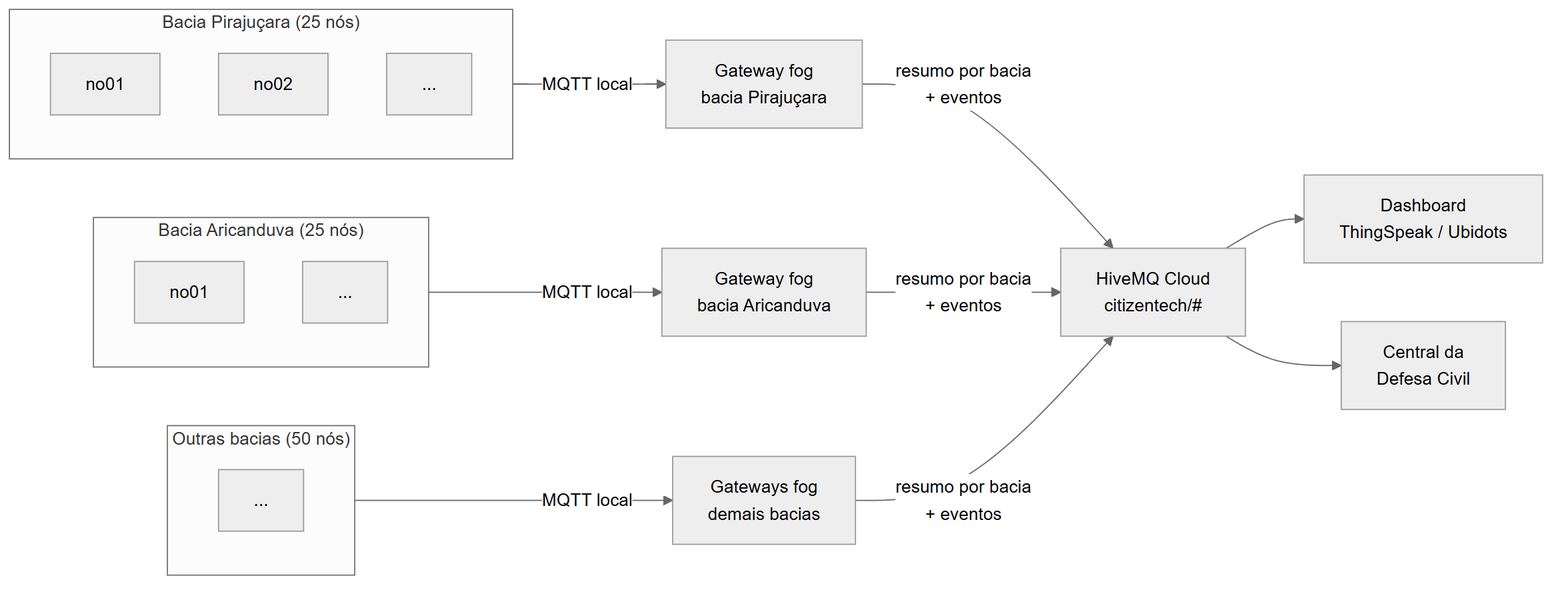
mykofonseca/sentinela-pirajucara keeps this Mermaid diagram as docs/img/escala.png. Above is the earlier version. Its source is kept beside it as docs/diagramas/escala.mmd.
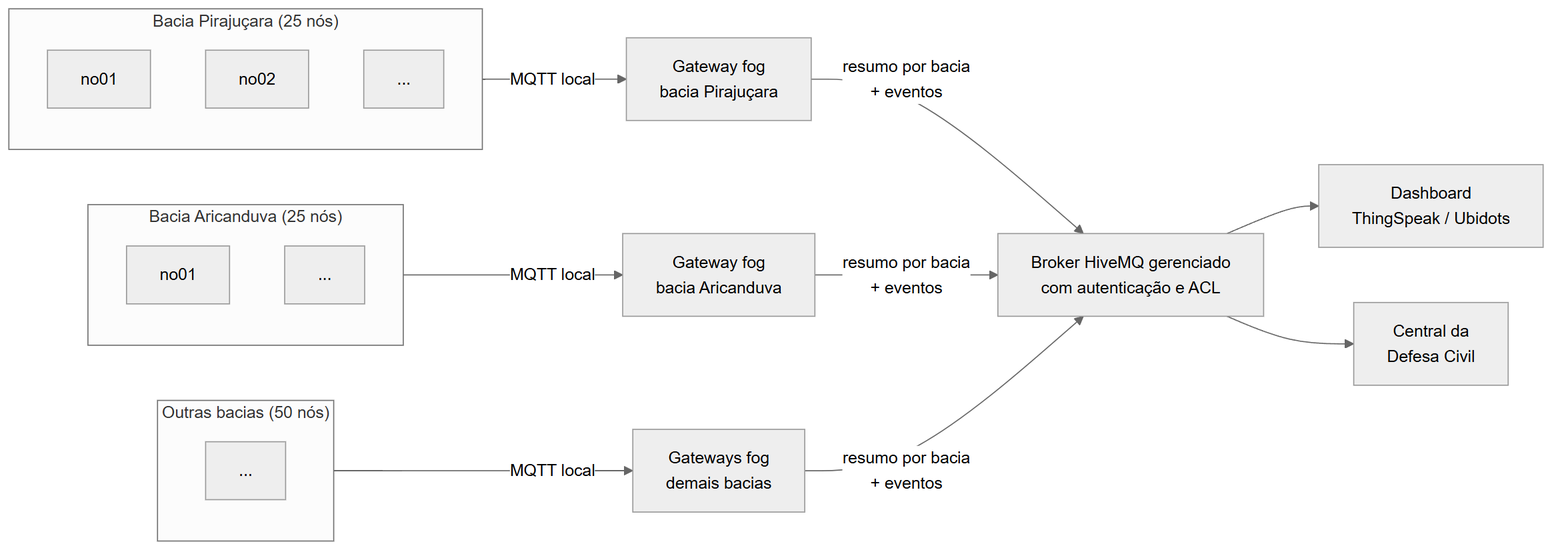
The same diagram one commit later.

Commit message:
Troca HiveMQ Cloud pelo broker público com token nos comandos

What changed in the source:
```diff
@@ -11,6 +11,6 @@
   B1 -- "MQTT local" --> G1["Gateway fog<br/>bacia Pirajuçara"]
   B2 -- "MQTT local" --> G2["Gateway fog<br/>bacia Aricanduva"]
   B3 -- "MQTT local" --> G3["Gateways fog<br/>demais bacias"]
-  G1 & G2 & G3 -- "resumo por bacia<br/>+ eventos" --> H["HiveMQ Cloud<br/>citizentech/#"]
+  G1 & G2 & G3 -- "resumo por bacia<br/>+ eventos" --> H["Broker HiveMQ gerenciado<br/>com autenticação e ACL"]
   H --> T["Dashboard<br/>ThingSpeak / Ubidots"]
   H --> DC["Central da<br/>Defesa Civil"]
```
